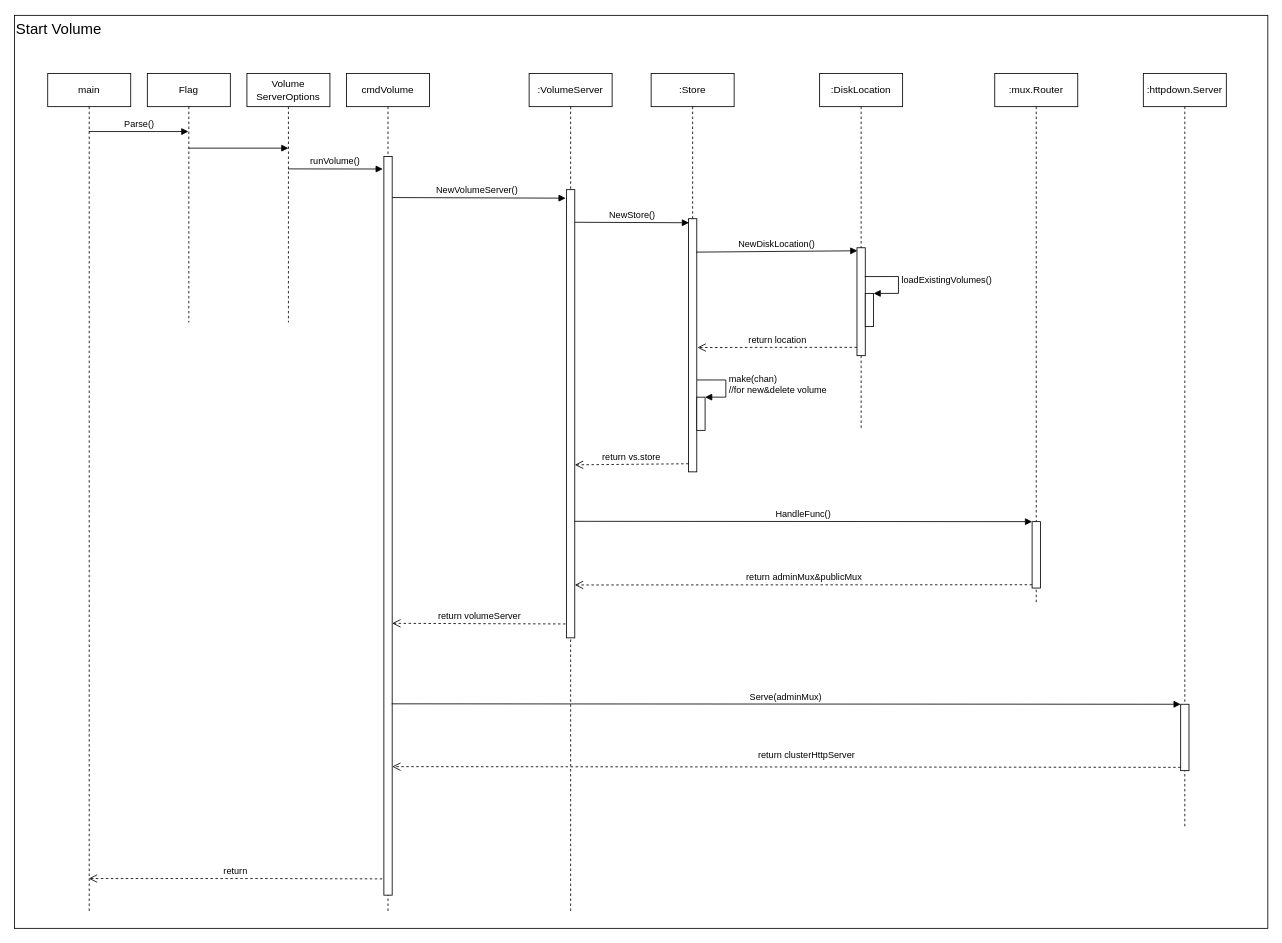
Earlier version of the draw.io diagram page "Start Volume" (2 of 2) of Sequece_Diragram/main.drawio (NeXT726/drawIO--seaweed). Source tidied: cells renumbered, new cells numbered last; positions are measured from the earlier drawing's top-left corner, leaving out a move shared by most shapes. Both pictures are drawn from the tidied source at 83%, with x=0, y=0 at pixel (14, 15).
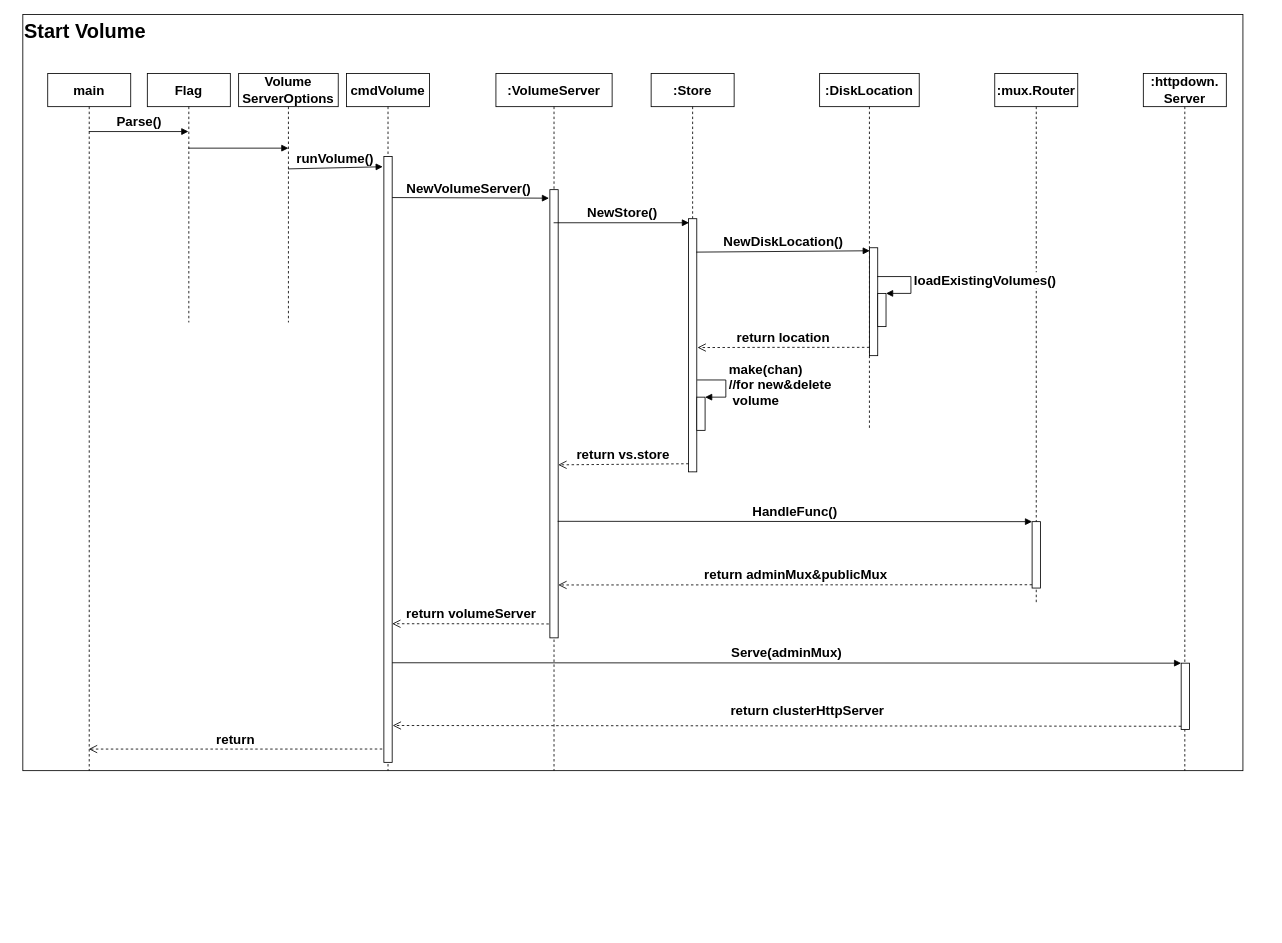
Above is the later version.

What changed in the source:
```diff
@@
-    <mxCell id="2" value="&lt;font style=&quot;font-size: 18px&quot;&gt;Start Volume&lt;/font&gt;" style="whiteSpace=wrap;html=1;align=left;horizontal=1;verticalAlign=top;" parent="1" vertex="1">
-      <mxGeometry width="1510" height="1100" as="geometry" />
+    <mxCell id="2" value="&lt;font style=&quot;font-size: 24px&quot;&gt;Start Volume&lt;/font&gt;" style="whiteSpace=wrap;html=1;align=left;horizontal=1;verticalAlign=top;fontSize=16;fontStyle=1;" parent="1" vertex="1">
+      <mxGeometry x="10" y="-1" width="1470" height="911" as="geometry" />
     </mxCell>
-    <mxCell id="3" value="main" style="shape=umlLifeline;perimeter=lifelinePerimeter;whiteSpace=wrap;html=1;outlineConnect=0;" parent="1" vertex="1">
-      <mxGeometry x="40" y="70" width="100" height="1010" as="geometry" />
+    <mxCell id="3" value="main" style="shape=umlLifeline;perimeter=lifelinePerimeter;whiteSpace=wrap;html=1;outlineConnect=0;fontSize=16;fontStyle=1;" parent="1" vertex="1">
+      <mxGeometry x="40" y="70" width="100" height="840" as="geometry" />
     </mxCell>
-    <mxCell id="4" value="Flag" style="shape=umlLifeline;perimeter=lifelinePerimeter;whiteSpace=wrap;html=1;outlineConnect=0;" parent="1" vertex="1">
+    <mxCell id="4" value="Flag" style="shape=umlLifeline;perimeter=lifelinePerimeter;whiteSpace=wrap;html=1;outlineConnect=0;fontSize=16;fontStyle=1;" parent="1" vertex="1">
       <mxGeometry x="160" y="70" width="100" height="300" as="geometry" />
     </mxCell>
-    <mxCell id="5" value="Volume&lt;br&gt;ServerOptions" style="shape=umlLifeline;perimeter=lifelinePerimeter;whiteSpace=wrap;html=1;outlineConnect=0;" parent="1" vertex="1">
-      <mxGeometry x="280" y="70" width="100" height="300" as="geometry" />
+    <mxCell id="5" value="Volume&lt;br style=&quot;font-size: 16px;&quot;&gt;ServerOptions" style="shape=umlLifeline;perimeter=lifelinePerimeter;whiteSpace=wrap;html=1;outlineConnect=0;fontSize=16;fontStyle=1;" parent="1" vertex="1">
+      <mxGeometry x="270" y="70" width="120" height="300" as="geometry" />
     </mxCell>
-    <mxCell id="6" value="Parse()" style="html=1;verticalAlign=bottom;endArrow=block;rounded=0;" parent="1" edge="1" target="4">
+    <mxCell id="6" value="Parse()" style="html=1;verticalAlign=bottom;endArrow=block;rounded=0;fontSize=16;fontStyle=1;" parent="1" edge="1" target="4">
       <mxGeometry relative="1" as="geometry">
         <mxPoint x="89.5" y="140" as="sourcePoint" />
       </mxGeometry>
     </mxCell>
-    <mxCell id="7" style="html=1;verticalAlign=bottom;endArrow=block;rounded=0;" parent="1" edge="1" source="4" target="5">
+    <mxCell id="7" style="html=1;verticalAlign=bottom;endArrow=block;rounded=0;fontSize=16;fontStyle=1;" parent="1" edge="1" source="4" target="5">
       <mxGeometry relative="1" as="geometry">
         <Array as="points">
           <mxPoint x="330" y="160" />
         </Array>
       </mxGeometry>
     </mxCell>
-    <mxCell id="8" value="runVolume()" style="html=1;verticalAlign=bottom;endArrow=block;rounded=0;entryX=-0.134;entryY=0.017;entryDx=0;entryDy=0;entryPerimeter=0;" parent="1" edge="1" target="11">
+    <mxCell id="8" value="runVolume()" style="html=1;verticalAlign=bottom;endArrow=block;rounded=0;entryX=-0.134;entryY=0.017;entryDx=0;entryDy=0;entryPerimeter=0;fontSize=16;fontStyle=1;" parent="1" edge="1" target="11">
       <mxGeometry relative="1" as="geometry">
         <mxPoint x="329.5" y="185" as="sourcePoint" />
       </mxGeometry>
     </mxCell>
-    <mxCell id="9" value="cmdVolume" style="shape=umlLifeline;perimeter=lifelinePerimeter;whiteSpace=wrap;html=1;" parent="1" vertex="1">
-      <mxGeometry x="400" y="70" width="100" height="1010" as="geometry" />
+    <mxCell id="9" value="cmdVolume" style="shape=umlLifeline;perimeter=lifelinePerimeter;whiteSpace=wrap;html=1;fontSize=16;fontStyle=1;" parent="1" vertex="1">
+      <mxGeometry x="400" y="70" width="100" height="840" as="geometry" />
     </mxCell>
-    <mxCell id="10" value="NewVolumeServer()" style="html=1;verticalAlign=bottom;endArrow=block;rounded=0;entryX=-0.1;entryY=0.019;entryDx=0;entryDy=0;entryPerimeter=0;" parent="9" edge="1" target="19">
+    <mxCell id="10" value="NewVolumeServer()" style="html=1;verticalAlign=bottom;endArrow=block;rounded=0;entryX=-0.1;entryY=0.019;entryDx=0;entryDy=0;entryPerimeter=0;fontSize=16;fontStyle=1;" parent="9" edge="1" target="19">
       <mxGeometry relative="1" as="geometry">
         <mxPoint x="50" y="149.5" as="sourcePoint" />
       </mxGeometry>
     </mxCell>
-    <mxCell id="11" style="html=1;points=[];perimeter=orthogonalPerimeter;" parent="9" vertex="1">
-      <mxGeometry x="45" y="100" width="10" height="890" as="geometry" />
+    <mxCell id="11" style="html=1;points=[];perimeter=orthogonalPerimeter;fontSize=16;fontStyle=1;" parent="9" vertex="1">
+      <mxGeometry x="45" y="100" width="10" height="730" as="geometry" />
     </mxCell>
-    <mxCell id="12" value=":mux.Router" style="shape=umlLifeline;perimeter=lifelinePerimeter;whiteSpace=wrap;html=1;" parent="1" vertex="1">
+    <mxCell id="12" value=":mux.Router" style="shape=umlLifeline;perimeter=lifelinePerimeter;whiteSpace=wrap;html=1;fontSize=16;fontStyle=1;" parent="1" vertex="1">
       <mxGeometry x="1181" y="70" width="100" height="640" as="geometry" />
     </mxCell>
-    <mxCell id="13" style="html=1;points=[];perimeter=orthogonalPerimeter;" parent="12" vertex="1">
+    <mxCell id="13" style="html=1;points=[];perimeter=orthogonalPerimeter;fontSize=16;fontStyle=1;" parent="12" vertex="1">
       <mxGeometry x="45" y="540" width="10" height="80" as="geometry" />
     </mxCell>
-    <mxCell id="14" value=":httpdown.Server" style="shape=umlLifeline;perimeter=lifelinePerimeter;whiteSpace=wrap;html=1;" parent="1" vertex="1">
-      <mxGeometry x="1360" y="70" width="100" height="910" as="geometry" />
+    <mxCell id="14" value=":httpdown.&lt;br&gt;Server" style="shape=umlLifeline;perimeter=lifelinePerimeter;whiteSpace=wrap;html=1;fontSize=16;fontStyle=1;" parent="1" vertex="1">
+      <mxGeometry x="1360" y="70" width="100" height="840" as="geometry" />
     </mxCell>
-    <mxCell id="15" style="html=1;points=[];perimeter=orthogonalPerimeter;" parent="14" vertex="1">
-      <mxGeometry x="45" y="760" width="10" height="80" as="geometry" />
+    <mxCell id="15" style="html=1;points=[];perimeter=orthogonalPerimeter;fontSize=16;fontStyle=1;" parent="14" vertex="1">
+      <mxGeometry x="45.6" y="710.5" width="10" height="80" as="geometry" />
     </mxCell>
-    <mxCell id="16" value="Serve(adminMux)" style="html=1;verticalAlign=bottom;endArrow=block;entryX=0;entryY=0;rounded=0;startArrow=none;exitX=0.943;exitY=0.741;exitDx=0;exitDy=0;exitPerimeter=0;" parent="1" edge="1" source="11" target="15">
-      <mxGeometry relative="1" as="geometry" />
+    <mxCell id="16" value="Serve(adminMux)" style="html=1;verticalAlign=bottom;endArrow=block;entryX=0;entryY=0;rounded=0;startArrow=none;exitX=0.943;exitY=0.741;exitDx=0;exitDy=0;exitPerimeter=0;fontSize=16;fontStyle=1;" parent="1" edge="1" target="15">
+      <mxGeometry relative="1" as="geometry">
+        <mxPoint x="455" y="780" as="sourcePoint" />
+      </mxGeometry>
     </mxCell>
-    <mxCell id="17" value="return clusterHttpServer" style="html=1;verticalAlign=bottom;endArrow=open;dashed=1;endSize=8;exitX=0;exitY=0.95;rounded=0;entryX=1.004;entryY=0.826;entryDx=0;entryDy=0;entryPerimeter=0;" parent="1" edge="1" source="15" target="11">
-      <mxGeometry x="-0.05" y="-6" relative="1" as="geometry" />
+    <mxCell id="17" value="return clusterHttpServer" style="html=1;verticalAlign=bottom;endArrow=open;dashed=1;endSize=8;exitX=0;exitY=0.95;rounded=0;entryX=1.004;entryY=0.826;entryDx=0;entryDy=0;entryPerimeter=0;fontSize=16;fontStyle=1;" parent="1" edge="1" source="15">
+      <mxGeometry x="-0.05" y="-6" relative="1" as="geometry">
+        <mxPoint x="455.6" y="855.6" as="targetPoint" />
+      </mxGeometry>
     </mxCell>
-    <mxCell id="18" value=":VolumeServer" style="shape=umlLifeline;perimeter=lifelinePerimeter;whiteSpace=wrap;html=1;outlineConnect=0;" parent="1" vertex="1">
-      <mxGeometry x="620" y="70" width="100" height="1010" as="geometry" />
+    <mxCell id="18" value=":VolumeServer" style="shape=umlLifeline;perimeter=lifelinePerimeter;whiteSpace=wrap;html=1;outlineConnect=0;fontSize=16;fontStyle=1;" parent="1" vertex="1">
+      <mxGeometry x="580" y="70" width="140" height="840" as="geometry" />
     </mxCell>
-    <mxCell id="19" style="html=1;points=[];perimeter=orthogonalPerimeter;" parent="18" vertex="1">
-      <mxGeometry x="45" y="140" width="10" height="540" as="geometry" />
+    <mxCell id="19" style="html=1;points=[];perimeter=orthogonalPerimeter;fontSize=16;fontStyle=1;" parent="18" vertex="1">
+      <mxGeometry x="65" y="140" width="10" height="540" as="geometry" />
     </mxCell>
-    <mxCell id="20" value="HandleFunc()" style="html=1;verticalAlign=bottom;endArrow=block;entryX=0;entryY=0;rounded=0;exitX=0.941;exitY=0.74;exitDx=0;exitDy=0;exitPerimeter=0;" parent="1" edge="1" source="19" target="13">
+    <mxCell id="20" value="HandleFunc()" style="html=1;verticalAlign=bottom;endArrow=block;entryX=0;entryY=0;rounded=0;exitX=0.941;exitY=0.74;exitDx=0;exitDy=0;exitPerimeter=0;fontSize=16;fontStyle=1;" parent="1" edge="1" source="19" target="13">
       <mxGeometry relative="1" as="geometry" />
     </mxCell>
-    <mxCell id="21" value="return adminMux&amp;amp;publicMux" style="html=1;verticalAlign=bottom;endArrow=open;dashed=1;endSize=8;exitX=0;exitY=0.95;rounded=0;entryX=1.007;entryY=0.882;entryDx=0;entryDy=0;entryPerimeter=0;" parent="1" edge="1" source="13" target="19">
+    <mxCell id="21" value="return adminMux&amp;amp;publicMux" style="html=1;verticalAlign=bottom;endArrow=open;dashed=1;endSize=8;exitX=0;exitY=0.95;rounded=0;entryX=1.007;entryY=0.882;entryDx=0;entryDy=0;entryPerimeter=0;fontSize=16;fontStyle=1;" parent="1" edge="1" source="13" target="19">
       <mxGeometry relative="1" as="geometry" />
     </mxCell>
-    <mxCell id="22" value="return volumeServer" style="html=1;verticalAlign=bottom;endArrow=open;dashed=1;endSize=8;rounded=0;exitX=-0.124;exitY=0.969;exitDx=0;exitDy=0;exitPerimeter=0;entryX=1.004;entryY=0.632;entryDx=0;entryDy=0;entryPerimeter=0;" parent="1" edge="1" source="19" target="11">
+    <mxCell id="22" value="return volumeServer" style="html=1;verticalAlign=bottom;endArrow=open;dashed=1;endSize=8;rounded=0;exitX=-0.124;exitY=0.969;exitDx=0;exitDy=0;exitPerimeter=0;fontSize=16;fontStyle=1;" parent="1" edge="1" source="19" target="11">
       <mxGeometry relative="1" as="geometry">
         <Array as="points">
           <mxPoint x="590" y="733" />
         </Array>
       </mxGeometry>
     </mxCell>
-    <mxCell id="23" value="return" style="html=1;verticalAlign=bottom;endArrow=open;dashed=1;endSize=8;rounded=0;exitX=-0.198;exitY=0.978;exitDx=0;exitDy=0;exitPerimeter=0;" parent="1" edge="1" source="11" target="3">
+    <mxCell id="23" value="return" style="html=1;verticalAlign=bottom;endArrow=open;dashed=1;endSize=8;rounded=0;exitX=-0.198;exitY=0.978;exitDx=0;exitDy=0;exitPerimeter=0;fontSize=16;fontStyle=1;" parent="1" edge="1" source="11" target="3">
       <mxGeometry relative="1" as="geometry">
         <Array as="points">
-          <mxPoint x="310" y="1040" />
+          <mxPoint x="290" y="884" />
         </Array>
       </mxGeometry>
     </mxCell>
-    <mxCell id="24" value=":Store" style="shape=umlLifeline;perimeter=lifelinePerimeter;whiteSpace=wrap;html=1;" parent="1" vertex="1">
+    <mxCell id="24" value=":Store" style="shape=umlLifeline;perimeter=lifelinePerimeter;whiteSpace=wrap;html=1;fontSize=16;fontStyle=1;" parent="1" vertex="1">
       <mxGeometry x="767" y="70" width="100" height="480" as="geometry" />
     </mxCell>
-    <mxCell id="25" style="html=1;points=[];perimeter=orthogonalPerimeter;" parent="24" vertex="1">
+    <mxCell id="25" style="html=1;points=[];perimeter=orthogonalPerimeter;fontSize=16;fontStyle=1;" parent="24" vertex="1">
       <mxGeometry x="45" y="175" width="10" height="305" as="geometry" />
     </mxCell>
-    <mxCell id="26" style="html=1;points=[];perimeter=orthogonalPerimeter;" parent="24" vertex="1">
+    <mxCell id="26" style="html=1;points=[];perimeter=orthogonalPerimeter;fontSize=16;fontStyle=1;" parent="24" vertex="1">
       <mxGeometry x="55" y="390" width="10" height="40" as="geometry" />
     </mxCell>
-    <mxCell id="27" value="make(chan) &lt;br&gt;//for new&amp;amp;delete volume" style="edgeStyle=orthogonalEdgeStyle;html=1;align=left;spacingLeft=2;endArrow=block;rounded=0;entryX=1;entryY=0;exitX=1.038;exitY=0.637;exitDx=0;exitDy=0;exitPerimeter=0;" parent="24" edge="1" source="25" target="26">
+    <mxCell id="27" value="make(chan) &lt;br style=&quot;font-size: 16px&quot;&gt;//for new&amp;amp;delete&lt;br&gt;&amp;nbsp;volume" style="edgeStyle=orthogonalEdgeStyle;html=1;align=left;spacingLeft=2;endArrow=block;rounded=0;entryX=1;entryY=0;exitX=1.038;exitY=0.637;exitDx=0;exitDy=0;exitPerimeter=0;fontSize=16;fontStyle=1;" parent="24" edge="1" source="25" target="26">
       <mxGeometry relative="1" as="geometry">
         <Array as="points">
           <mxPoint x="90" y="369" />
           <mxPoint x="90" y="390" />
         </Array>
       </mxGeometry>
     </mxCell>
-    <mxCell id="28" value="NewStore()" style="html=1;verticalAlign=bottom;endArrow=block;rounded=0;entryX=0.063;entryY=0.016;entryDx=0;entryDy=0;entryPerimeter=0;exitX=1;exitY=0.069;exitDx=0;exitDy=0;exitPerimeter=0;" parent="1" edge="1" target="25">
-      <mxGeometry relative="1" as="geometry">
-        <mxPoint x="675" y="249.3" as="sourcePoint" />
-      </mxGeometry>
+    <mxCell id="28" value="NewStore()" style="html=1;verticalAlign=bottom;endArrow=block;rounded=0;entryX=0.063;entryY=0.016;entryDx=0;entryDy=0;entryPerimeter=0;fontSize=16;fontStyle=1;" parent="1" edge="1" source="18" target="25">
+      <mxGeometry relative="1" as="geometry" />
     </mxCell>
-    <mxCell id="29" value=":DiskLocation" style="shape=umlLifeline;perimeter=lifelinePerimeter;whiteSpace=wrap;html=1;" parent="1" vertex="1">
-      <mxGeometry x="970" y="70" width="100" height="430" as="geometry" />
+    <mxCell id="29" value=":DiskLocation" style="shape=umlLifeline;perimeter=lifelinePerimeter;whiteSpace=wrap;html=1;fontSize=16;fontStyle=1;" parent="1" vertex="1">
+      <mxGeometry x="970" y="70" width="120" height="430" as="geometry" />
     </mxCell>
-    <mxCell id="30" style="html=1;points=[];perimeter=orthogonalPerimeter;" parent="29" vertex="1">
-      <mxGeometry x="45" y="210" width="10" height="130" as="geometry" />
+    <mxCell id="30" style="html=1;points=[];perimeter=orthogonalPerimeter;fontSize=16;fontStyle=1;" parent="29" vertex="1">
+      <mxGeometry x="60" y="210" width="10" height="130" as="geometry" />
     </mxCell>
-    <mxCell id="31" style="html=1;points=[];perimeter=orthogonalPerimeter;" parent="29" vertex="1">
-      <mxGeometry x="55" y="265" width="10" height="40" as="geometry" />
+    <mxCell id="31" style="html=1;points=[];perimeter=orthogonalPerimeter;fontSize=16;fontStyle=1;" parent="29" vertex="1">
+      <mxGeometry x="70" y="265" width="10" height="40" as="geometry" />
     </mxCell>
-    <mxCell id="32" value="loadExistingVolumes()" style="edgeStyle=orthogonalEdgeStyle;html=1;align=left;spacingLeft=2;endArrow=block;rounded=0;entryX=1;entryY=0;startArrow=none;exitX=0.943;exitY=0.267;exitDx=0;exitDy=0;exitPerimeter=0;" parent="29" edge="1" source="30" target="31">
+    <mxCell id="32" value="loadExistingVolumes()" style="edgeStyle=orthogonalEdgeStyle;html=1;align=left;spacingLeft=2;endArrow=block;rounded=0;entryX=1;entryY=0;startArrow=none;exitX=0.943;exitY=0.267;exitDx=0;exitDy=0;exitPerimeter=0;fontSize=16;fontStyle=1;" parent="29" edge="1" source="30" target="31">
       <mxGeometry relative="1" as="geometry">
         <Array as="points">
-          <mxPoint x="95" y="245" />
-          <mxPoint x="95" y="265" />
+          <mxPoint x="110" y="245" />
+          <mxPoint x="110" y="265" />
         </Array>
       </mxGeometry>
     </mxCell>
-    <mxCell id="33" value="NewDiskLocation()" style="html=1;verticalAlign=bottom;endArrow=block;rounded=0;entryX=0.048;entryY=0.028;entryDx=0;entryDy=0;entryPerimeter=0;exitX=0.941;exitY=0.132;exitDx=0;exitDy=0;exitPerimeter=0;" parent="1" edge="1" source="25" target="30">
+    <mxCell id="33" value="NewDiskLocation()" style="html=1;verticalAlign=bottom;endArrow=block;rounded=0;entryX=0.048;entryY=0.028;entryDx=0;entryDy=0;entryPerimeter=0;exitX=0.941;exitY=0.132;exitDx=0;exitDy=0;exitPerimeter=0;fontSize=16;fontStyle=1;" parent="1" edge="1" source="25" target="30">
       <mxGeometry relative="1" as="geometry" />
     </mxCell>
-    <mxCell id="34" value="return location" style="html=1;verticalAlign=bottom;endArrow=open;dashed=1;endSize=8;rounded=0;exitX=-0.005;exitY=0.923;exitDx=0;exitDy=0;exitPerimeter=0;entryX=1.087;entryY=0.509;entryDx=0;entryDy=0;entryPerimeter=0;" parent="1" edge="1" source="30" target="25">
+    <mxCell id="34" value="return location" style="html=1;verticalAlign=bottom;endArrow=open;dashed=1;endSize=8;rounded=0;exitX=-0.005;exitY=0.923;exitDx=0;exitDy=0;exitPerimeter=0;entryX=1.087;entryY=0.509;entryDx=0;entryDy=0;entryPerimeter=0;fontSize=16;fontStyle=1;" parent="1" edge="1" source="30" target="25">
       <mxGeometry relative="1" as="geometry">
         <Array as="points">
           <mxPoint x="910" y="400" />
         </Array>
       </mxGeometry>
     </mxCell>
-    <mxCell id="35" value="return vs.store" style="html=1;verticalAlign=bottom;endArrow=open;dashed=1;endSize=8;rounded=0;exitX=0.014;exitY=0.968;exitDx=0;exitDy=0;exitPerimeter=0;entryX=1.007;entryY=0.614;entryDx=0;entryDy=0;entryPerimeter=0;" parent="1" edge="1" source="25" target="19">
+    <mxCell id="35" value="return vs.store" style="html=1;verticalAlign=bottom;endArrow=open;dashed=1;endSize=8;rounded=0;exitX=0.014;exitY=0.968;exitDx=0;exitDy=0;exitPerimeter=0;entryX=1.007;entryY=0.614;entryDx=0;entryDy=0;entryPerimeter=0;fontSize=16;fontStyle=1;" parent="1" edge="1" source="25" target="19">
       <mxGeometry relative="1" as="geometry" />
     </mxCell>
```
